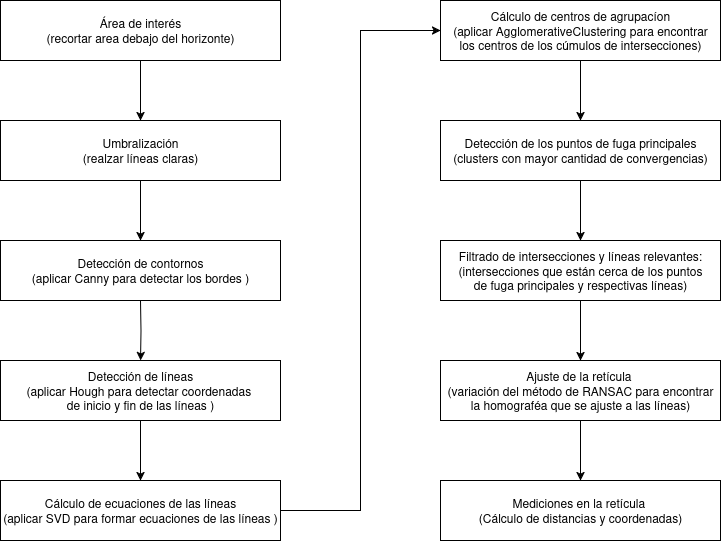
This is img/3-metodo/piperline-reticule1.png from rubenmartinezgonzalez94/masterThesisBib, a draw.io export, as it was before one commit. Source tidied: cells renumbered, new cells last; positions are measured from the earlier drawing's top-left corner, leaving out a move shared by most shapes. Its diagram source:
```xml
<mxGraphModel>
  <root>
    <mxCell id="0" />
    <mxCell id="1" parent="0" />
    <mxCell id="2" style="edgeStyle=orthogonalEdgeStyle;rounded=0;jettySize=auto;html=1;entryX=0.5;entryY=0;entryDx=0;entryDy=0;" parent="1" edge="1" source="3" target="5">
      <mxGeometry relative="1" as="geometry" />
    </mxCell>
    <mxCell id="3" value="&lt;div&gt;Área de interés&lt;/div&gt;&lt;div&gt;(recortar area debajo del horizonte)&lt;/div&gt;" style="rounded=0;whiteSpace=wrap;html=1;" parent="1" vertex="1">
      <mxGeometry width="280" height="60" as="geometry" />
    </mxCell>
    <mxCell id="4" style="edgeStyle=orthogonalEdgeStyle;rounded=0;jettySize=auto;html=1;entryX=0.5;entryY=0;entryDx=0;entryDy=0;" parent="1" edge="1" source="5" target="6">
      <mxGeometry relative="1" as="geometry" />
    </mxCell>
    <mxCell id="5" value="&lt;div&gt;Umbralización&lt;/div&gt;&lt;div&gt;(realzar&amp;nbsp;líneas claras)&lt;/div&gt;" style="rounded=0;whiteSpace=wrap;html=1;" parent="1" vertex="1">
      <mxGeometry y="120" width="280" height="60" as="geometry" />
    </mxCell>
    <mxCell id="6" value="&lt;div&gt;Detección de contornos&lt;/div&gt;&lt;div&gt;(aplicar Canny para detectar los bordes )&lt;/div&gt;" style="rounded=0;whiteSpace=wrap;html=1;" parent="1" vertex="1">
      <mxGeometry y="240" width="280" height="60" as="geometry" />
    </mxCell>
    <mxCell id="7" style="edgeStyle=orthogonalEdgeStyle;rounded=0;jettySize=auto;html=1;entryX=0.5;entryY=0;entryDx=0;entryDy=0;" parent="1" edge="1" target="9">
      <mxGeometry relative="1" as="geometry">
        <mxPoint x="140" y="300" as="sourcePoint" />
      </mxGeometry>
    </mxCell>
    <mxCell id="8" style="edgeStyle=orthogonalEdgeStyle;rounded=0;jettySize=auto;html=1;entryX=0.5;entryY=0;entryDx=0;entryDy=0;" parent="1" edge="1" source="9" target="11">
      <mxGeometry relative="1" as="geometry" />
    </mxCell>
    <mxCell id="9" value="&lt;div&gt;Detección de líneas&lt;/div&gt;&lt;div&gt;(aplicar Hough para detectar coordenadas&amp;nbsp;&lt;/div&gt;&lt;div&gt;de inicio&amp;nbsp;y fin de las líneas )&lt;/div&gt;" style="rounded=0;whiteSpace=wrap;html=1;" parent="1" vertex="1">
      <mxGeometry y="360" width="280" height="60" as="geometry" />
    </mxCell>
    <mxCell id="10" style="edgeStyle=orthogonalEdgeStyle;rounded=0;jettySize=auto;html=1;entryX=0;entryY=0.5;entryDx=0;entryDy=0;" parent="1" edge="1" source="11" target="13">
      <mxGeometry relative="1" as="geometry" />
    </mxCell>
    <mxCell id="11" value="&lt;div&gt;Cálculo de ecuaciones de las líneas&lt;/div&gt;&lt;div&gt;(aplicar SVD para formar ecuaciones de las líneas )&lt;/div&gt;" style="rounded=0;whiteSpace=wrap;html=1;" parent="1" vertex="1">
      <mxGeometry y="480" width="280" height="60" as="geometry" />
    </mxCell>
    <mxCell id="12" style="edgeStyle=orthogonalEdgeStyle;rounded=0;jettySize=auto;html=1;" parent="1" edge="1" source="13" target="15">
      <mxGeometry relative="1" as="geometry" />
    </mxCell>
    <mxCell id="13" value="&lt;div&gt;Cálculo de centros de&amp;nbsp;agrupacíon&lt;/div&gt;&lt;div&gt;(aplicar AgglomerativeClustering para encontrar&lt;/div&gt;&lt;div&gt;los centros de los cúmulos de intersecciones)&lt;/div&gt;" style="rounded=0;whiteSpace=wrap;html=1;" parent="1" vertex="1">
      <mxGeometry x="440" width="280" height="60" as="geometry" />
    </mxCell>
    <mxCell id="14" style="edgeStyle=orthogonalEdgeStyle;rounded=0;jettySize=auto;html=1;entryX=0.5;entryY=0;entryDx=0;entryDy=0;" parent="1" edge="1" source="15" target="17">
      <mxGeometry relative="1" as="geometry" />
    </mxCell>
    <mxCell id="15" value="&lt;div&gt;Detección&amp;nbsp;de los puntos de fuga principales&lt;/div&gt;&lt;div&gt;(clusters con mayor cantidad de convergencias)&lt;/div&gt;" style="rounded=0;whiteSpace=wrap;html=1;" parent="1" vertex="1">
      <mxGeometry x="440" y="120" width="280" height="60" as="geometry" />
    </mxCell>
    <mxCell id="16" style="edgeStyle=orthogonalEdgeStyle;rounded=0;jettySize=auto;html=1;entryX=0.5;entryY=0;entryDx=0;entryDy=0;" parent="1" edge="1" source="17" target="19">
      <mxGeometry relative="1" as="geometry" />
    </mxCell>
    <mxCell id="17" value="&lt;div&gt;Filtrado de intersecciones y líneas relevantes:&lt;/div&gt;&lt;div&gt;(intersecciones que están cerca de los puntos&lt;br&gt;de fuga principales y respectivas líneas)&lt;/div&gt;" style="rounded=0;whiteSpace=wrap;html=1;" parent="1" vertex="1">
      <mxGeometry x="440" y="240" width="280" height="60" as="geometry" />
    </mxCell>
    <mxCell id="18" style="edgeStyle=orthogonalEdgeStyle;rounded=0;jettySize=auto;html=1;entryX=0.5;entryY=0;entryDx=0;entryDy=0;" parent="1" edge="1" source="19" target="20">
      <mxGeometry relative="1" as="geometry" />
    </mxCell>
    <mxCell id="19" value="&lt;div&gt;Ajuste de la retícula&amp;nbsp;&lt;/div&gt;&lt;div&gt;(variación del método de RANSAC para encontrar la homograféa que se ajuste a las líneas)&lt;/div&gt;" style="rounded=0;whiteSpace=wrap;html=1;" parent="1" vertex="1">
      <mxGeometry x="440" y="360" width="280" height="60" as="geometry" />
    </mxCell>
    <mxCell id="20" value="&lt;div&gt;Mediciones en la retícula&amp;nbsp;&lt;/div&gt;&lt;div&gt;(Cálculo de distancias y coordenadas)&lt;/div&gt;" style="rounded=0;whiteSpace=wrap;html=1;" parent="1" vertex="1">
      <mxGeometry x="440" y="480" width="280" height="60" as="geometry" />
    </mxCell>
  </root>
</mxGraphModel>
```
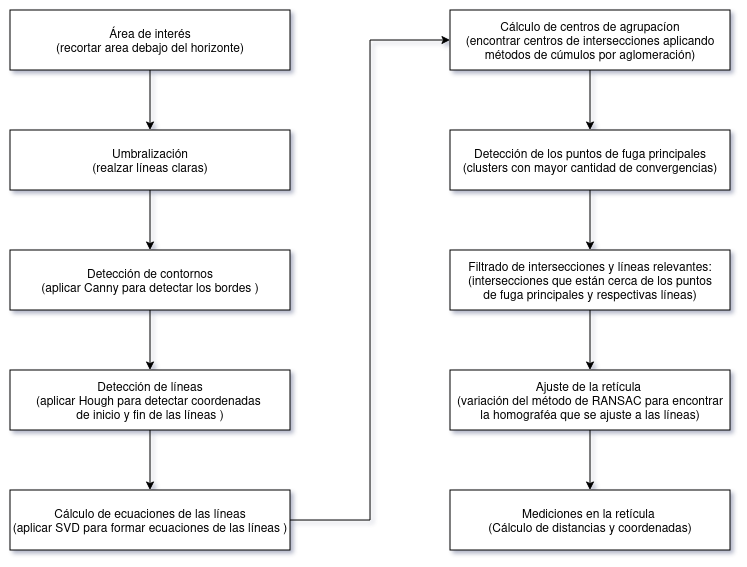
The same file after the commit.

Diff of the diagram source:
```diff
@@ -37,7 +37,7 @@
     <mxCell id="12" style="edgeStyle=orthogonalEdgeStyle;rounded=0;jettySize=auto;html=1;" parent="1" edge="1" source="13" target="15">
       <mxGeometry relative="1" as="geometry" />
     </mxCell>
-    <mxCell id="13" value="&lt;div&gt;Cálculo de centros de&amp;nbsp;agrupacíon&lt;/div&gt;&lt;div&gt;(aplicar AgglomerativeClustering para encontrar&lt;/div&gt;&lt;div&gt;los centros de los cúmulos de intersecciones)&lt;/div&gt;" style="rounded=0;whiteSpace=wrap;html=1;" parent="1" vertex="1">
+    <mxCell id="13" value="&lt;div&gt;Cálculo de centros de&amp;nbsp;agrupacíon&lt;/div&gt;&lt;div&gt;(encontrar centros de intersecciones&amp;nbsp;aplicando métodos de cúmulos por aglomeración)&lt;/div&gt;" style="rounded=0;whiteSpace=wrap;html=1;" parent="1" vertex="1">
       <mxGeometry x="440" width="280" height="60" as="geometry" />
     </mxCell>
     <mxCell id="14" style="edgeStyle=orthogonalEdgeStyle;rounded=0;jettySize=auto;html=1;entryX=0.5;entryY=0;entryDx=0;entryDy=0;" parent="1" edge="1" source="15" target="17">
```
